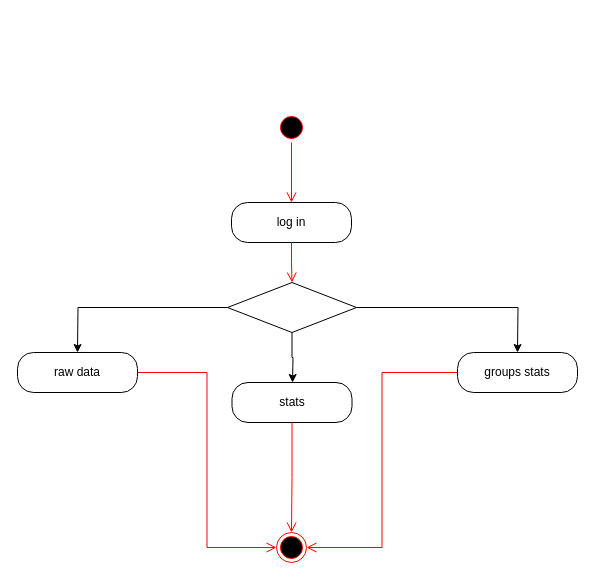
Before: page "acti diag frontend" (3 of 8) of documentation/documentation_diagrams.drawio in AlexandreHnf/Voisin-d-energie-ULB, a draw.io diagram. Source tidied: cells renumbered, new cells numbered last; positions are measured from the earlier drawing's top-left corner, leaving out a move shared by most shapes. Both pictures are drawn from the tidied source at 100%, with x=0, y=0 at pixel (17, 112).
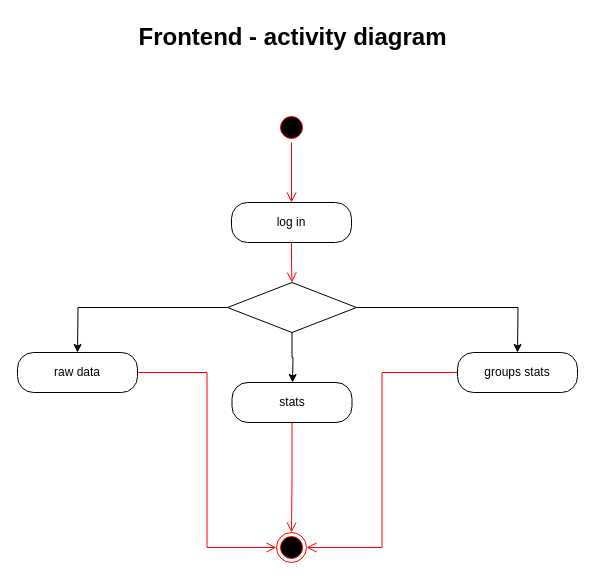
The same diagram, later.

Change to the diagram source:
```diff
@@
+    <mxCell id="17" value="Frontend - activity diagram" style="text;strokeColor=none;fillColor=none;html=1;fontSize=24;fontStyle=1;verticalAlign=middle;align=center;" parent="1" vertex="1">
+      <mxGeometry x="224.5" y="-95" width="100" height="40" as="geometry" />
+    </mxCell>
```
